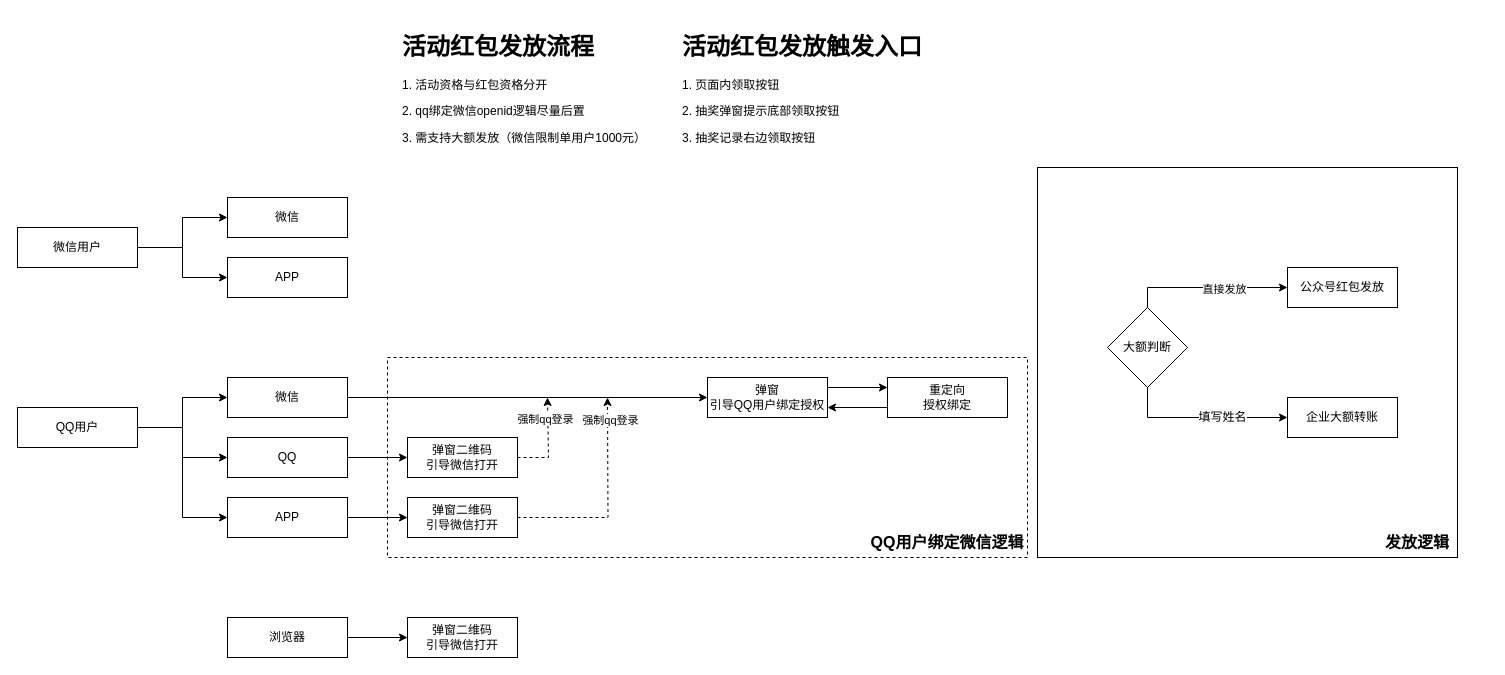
The draw.io diagram 红包返利.drawio in axtrur/resource, before the edit. Source tidied: cells renumbered, new cells numbered last; positions are measured from the earlier drawing's top-left corner, leaving out a move shared by most shapes. Both pictures are drawn from the tidied source at 100%, with x=0, y=0 at pixel (17, 27).
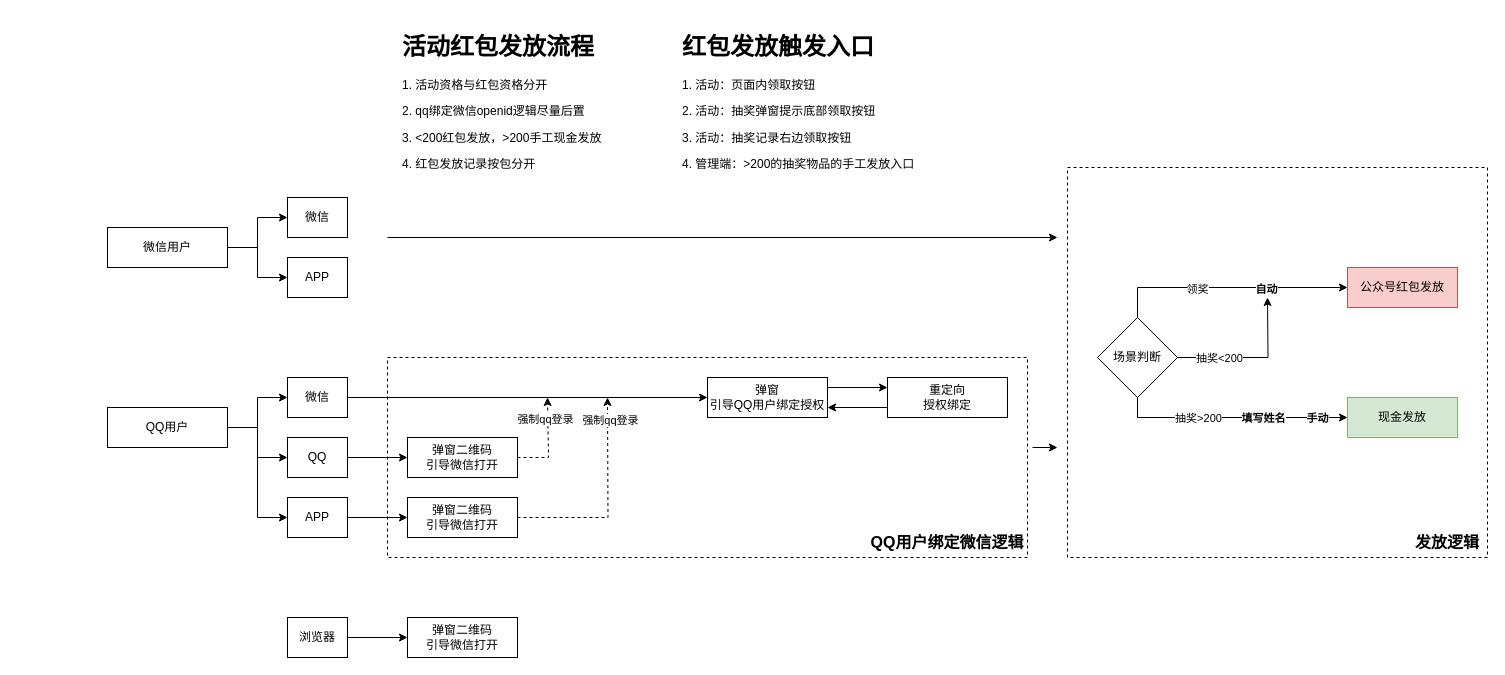
Above is the later version.

Commit message:
更新红包返利.drawio

The change refers to these unchanged cells:
```xml
<mxCell id="3" style="rounded=0;whiteSpace=wrap;html=1;dashed=1;" parent="1" vertex="1">
  <mxGeometry x="370" y="330" width="640" height="200" as="geometry" />
</mxCell>
<mxCell id="37" style="edgeStyle=orthogonalEdgeStyle;rounded=0;jettySize=auto;html=1;exitX=0.5;exitY=0;exitDx=0;exitDy=0;entryX=0;entryY=0.5;entryDx=0;entryDy=0;" parent="1" edge="1" source="41" target="35">
  <mxGeometry relative="1" as="geometry" />
</mxCell>
<mxCell id="39" style="edgeStyle=orthogonalEdgeStyle;rounded=0;jettySize=auto;html=1;exitX=0.5;exitY=1;exitDx=0;exitDy=0;entryX=0;entryY=0.5;entryDx=0;entryDy=0;" parent="1" edge="1" source="41" target="36">
  <mxGeometry relative="1" as="geometry" />
</mxCell>
```

Diff of the diagram source:
```diff
@@
-    <mxCell id="2" style="rounded=0;whiteSpace=wrap;html=1;" parent="1" vertex="1">
-      <mxGeometry x="1020" y="140" width="420" height="390" as="geometry" />
+    <mxCell id="2" style="rounded=0;whiteSpace=wrap;html=1;dashed=1;" parent="1" vertex="1">
+      <mxGeometry x="1050" y="140" width="420" height="390" as="geometry" />
     </mxCell>
@@
     <mxCell id="6" value="微信用户" style="rounded=0;whiteSpace=wrap;html=1;" parent="1" vertex="1">
-      <mxGeometry y="200" width="120" height="40" as="geometry" />
+      <mxGeometry x="90" y="200" width="120" height="40" as="geometry" />
     </mxCell>
@@
     <mxCell id="10" value="QQ用户" style="rounded=0;whiteSpace=wrap;html=1;" parent="1" vertex="1">
-      <mxGeometry y="380" width="120" height="40" as="geometry" />
+      <mxGeometry x="90" y="380" width="120" height="40" as="geometry" />
     </mxCell>
@@
-    <mxCell id="12" value="浏览器" style="rounded=0;whiteSpace=wrap;html=1;" parent="1" vertex="1">
-      <mxGeometry x="210" y="590" width="120" height="40" as="geometry" />
-    </mxCell>
-    <mxCell id="13" value="微信" style="rounded=0;whiteSpace=wrap;html=1;" parent="1" vertex="1">
-      <mxGeometry x="210" y="170" width="120" height="40" as="geometry" />
-    </mxCell>
-    <mxCell id="14" value="APP" style="rounded=0;whiteSpace=wrap;html=1;" parent="1" vertex="1">
-      <mxGeometry x="210" y="230" width="120" height="40" as="geometry" />
-    </mxCell>
@@
-    <mxCell id="16" value="微信" style="rounded=0;whiteSpace=wrap;html=1;" parent="1" vertex="1">
-      <mxGeometry x="210" y="350" width="120" height="40" as="geometry" />
-    </mxCell>
@@
-    <mxCell id="18" value="APP" style="rounded=0;whiteSpace=wrap;html=1;" parent="1" vertex="1">
-      <mxGeometry x="210" y="470" width="120" height="40" as="geometry" />
-    </mxCell>
@@
-    <mxCell id="20" value="QQ" style="rounded=0;whiteSpace=wrap;html=1;" parent="1" vertex="1">
-      <mxGeometry x="210" y="410" width="120" height="40" as="geometry" />
-    </mxCell>
@@
-    <mxCell id="32" value="&lt;h1&gt;活动红包发放流程&lt;/h1&gt;&lt;p&gt;1. 活动资格与红包资格分开&lt;/p&gt;&lt;p&gt;2. qq绑定微信openid逻辑尽量后置&lt;/p&gt;&lt;p&gt;3. 需支持大额发放（微信限制单用户1000元）&lt;/p&gt;" style="text;html=1;strokeColor=none;fillColor=none;spacing=5;spacingTop=-20;whiteSpace=wrap;overflow=hidden;rounded=0;" parent="1" vertex="1">
-      <mxGeometry x="380" width="260" height="120" as="geometry" />
+    <mxCell id="32" value="&lt;h1&gt;活动红包发放流程&lt;/h1&gt;&lt;p&gt;1. 活动资格与红包资格分开&lt;/p&gt;&lt;p&gt;2. qq绑定微信openid逻辑尽量后置&lt;/p&gt;&lt;p&gt;3. &amp;lt;200红包发放，&amp;gt;200手工现金发放&lt;/p&gt;&lt;p&gt;4. 红包发放记录按包分开&lt;/p&gt;" style="text;html=1;strokeColor=none;fillColor=none;spacing=5;spacingTop=-20;whiteSpace=wrap;overflow=hidden;rounded=0;" parent="1" vertex="1">
+      <mxGeometry x="380" width="260" height="160" as="geometry" />
     </mxCell>
-    <mxCell id="33" value="&lt;h1&gt;活动红包发放触发入口&lt;/h1&gt;&lt;p&gt;1. 页面内领取按钮&lt;/p&gt;&lt;p&gt;2. 抽奖弹窗提示底部领取按钮&lt;/p&gt;&lt;p&gt;3. 抽奖记录右边领取按钮&lt;/p&gt;" style="text;html=1;strokeColor=none;fillColor=none;spacing=5;spacingTop=-20;whiteSpace=wrap;overflow=hidden;rounded=0;" parent="1" vertex="1">
-      <mxGeometry x="660" width="260" height="120" as="geometry" />
+    <mxCell id="33" value="&lt;h1&gt;红包发放触发入口&lt;/h1&gt;&lt;p&gt;1. 活动：页面内领取按钮&lt;/p&gt;&lt;p&gt;2. 活动：抽奖弹窗提示底部领取按钮&lt;/p&gt;&lt;p&gt;3. 活动：抽奖记录右边领取按钮&lt;/p&gt;&lt;p&gt;4. 管理端：&amp;gt;200的抽奖物品的手工发放入口&lt;/p&gt;" style="text;html=1;strokeColor=none;fillColor=none;spacing=5;spacingTop=-20;whiteSpace=wrap;overflow=hidden;rounded=0;" parent="1" vertex="1">
+      <mxGeometry x="660" width="260" height="160" as="geometry" />
     </mxCell>
@@
-    <mxCell id="35" value="公众号红包发放" style="rounded=0;whiteSpace=wrap;html=1;" parent="1" vertex="1">
-      <mxGeometry x="1270" y="240" width="110" height="40" as="geometry" />
+    <mxCell id="35" value="公众号红包发放" style="rounded=0;whiteSpace=wrap;html=1;fillColor=#f8cecc;strokeColor=#b85450;" parent="1" vertex="1">
+      <mxGeometry x="1330" y="240" width="110" height="40" as="geometry" />
     </mxCell>
-    <mxCell id="36" value="企业大额转账" style="rounded=0;whiteSpace=wrap;html=1;" parent="1" vertex="1">
-      <mxGeometry x="1270" y="370" width="110" height="40" as="geometry" />
+    <mxCell id="36" value="现金发放" style="rounded=0;whiteSpace=wrap;html=1;fillColor=#d5e8d4;strokeColor=#82b366;" parent="1" vertex="1">
+      <mxGeometry x="1330" y="370" width="110" height="40" as="geometry" />
     </mxCell>
@@
-    <mxCell id="38" value="直接发放" style="edgeLabel;html=1;align=center;verticalAlign=middle;" parent="37" vertex="1">
-      <mxGeometry x="0.2" y="-1" relative="1" as="geometry" />
+    <mxCell id="38" value="自动" style="edgeLabel;html=1;align=center;verticalAlign=middle;fontStyle=1;" parent="37" vertex="1">
+      <mxGeometry x="0.2" y="-1" relative="1" as="geometry">
+        <mxPoint x="14" as="offset" />
+      </mxGeometry>
     </mxCell>
+    <mxCell id="43" value="领奖" style="edgeLabel;html=1;align=center;verticalAlign=middle;" parent="37" vertex="1">
+      <mxGeometry x="-0.41" y="-1" relative="1" as="geometry">
+        <mxPoint x="18" as="offset" />
+      </mxGeometry>
+    </mxCell>
@@
-    <mxCell id="40" value="&lt;span style=&quot;font-size: 12px; background-color: rgb(251, 251, 251);&quot;&gt;填写姓名&lt;/span&gt;" style="edgeLabel;html=1;align=center;verticalAlign=middle;" parent="39" vertex="1">
+    <mxCell id="40" value="&lt;span style=&quot;font-size: 11px; background-color: rgb(251, 251, 251);&quot;&gt;填写姓名&lt;/span&gt;" style="edgeLabel;html=1;align=center;verticalAlign=middle;fontSize=11;fontStyle=1;" parent="39" vertex="1">
       <mxGeometry x="0.11" y="2" relative="1" as="geometry">
-        <mxPoint x="10" y="1" as="offset" />
+        <mxPoint x="17" y="2" as="offset" />
       </mxGeometry>
     </mxCell>
+    <mxCell id="44" value="抽奖&amp;gt;200" style="edgeLabel;html=1;align=center;verticalAlign=middle;" parent="39" vertex="1">
+      <mxGeometry x="-0.58" y="-2" relative="1" as="geometry">
+        <mxPoint x="32" y="-2" as="offset" />
+      </mxGeometry>
+    </mxCell>
+    <mxCell id="45" value="手动" style="edgeLabel;html=1;align=center;verticalAlign=middle;fontStyle=1;" parent="39" vertex="1">
+      <mxGeometry x="0.73" y="-2" relative="1" as="geometry">
+        <mxPoint y="-2" as="offset" />
+      </mxGeometry>
+    </mxCell>
+    <mxCell id="46" style="edgeStyle=orthogonalEdgeStyle;rounded=0;jettySize=auto;html=1;exitX=1;exitY=0.5;exitDx=0;exitDy=0;" parent="1" edge="1" source="41">
+      <mxGeometry relative="1" as="geometry">
+        <mxPoint x="1250" y="270" as="targetPoint" />
+      </mxGeometry>
+    </mxCell>
+    <mxCell id="47" value="抽奖&amp;lt;200" style="edgeLabel;html=1;align=center;verticalAlign=middle;" parent="46" vertex="1">
+      <mxGeometry x="-0.46" y="4" relative="1" as="geometry">
+        <mxPoint y="4" as="offset" />
+      </mxGeometry>
+    </mxCell>
-    <mxCell id="41" value="大额判断" style="rhombus;whiteSpace=wrap;html=1;" parent="1" vertex="1">
-      <mxGeometry x="1090" y="280" width="80" height="80" as="geometry" />
+    <mxCell id="41" value="场景判断" style="rhombus;whiteSpace=wrap;html=1;" parent="1" vertex="1">
+      <mxGeometry x="1080" y="290" width="80" height="80" as="geometry" />
     </mxCell>
     <mxCell id="42" value="发放逻辑" style="text;html=1;strokeColor=none;fillColor=none;align=center;verticalAlign=middle;whiteSpace=wrap;rounded=0;fontSize=16;fontStyle=1;" parent="1" vertex="1">
-      <mxGeometry x="1360" y="500" width="80" height="30" as="geometry" />
+      <mxGeometry x="1390" y="500" width="80" height="30" as="geometry" />
     </mxCell>
+    <mxCell id="48" style="endArrow=classic;html=1;rounded=0;" parent="1" edge="1">
+      <mxGeometry relative="1" as="geometry">
+        <mxPoint x="370" y="210" as="sourcePoint" />
+        <mxPoint x="1040" y="210" as="targetPoint" />
+      </mxGeometry>
+    </mxCell>
+    <mxCell id="49" style="endArrow=classic;html=1;rounded=0;exitX=1.008;exitY=0.45;exitDx=0;exitDy=0;exitPerimeter=0;" parent="1" edge="1" source="3">
+      <mxGeometry relative="1" as="geometry">
+        <mxPoint x="1040" y="420" as="targetPoint" />
+      </mxGeometry>
+    </mxCell>
+    <mxCell id="50" style="group;" parent="1" vertex="1">
+      <mxGeometry x="270" y="170" width="60" height="460" as="geometry" />
+    </mxCell>
+    <mxCell id="12" value="浏览器" style="rounded=0;whiteSpace=wrap;html=1;" parent="50" vertex="1">
+      <mxGeometry y="420" width="60" height="40" as="geometry" />
+    </mxCell>
+    <mxCell id="13" value="微信" style="rounded=0;whiteSpace=wrap;html=1;" parent="50" vertex="1">
+      <mxGeometry width="60" height="40" as="geometry" />
+    </mxCell>
+    <mxCell id="14" value="APP" style="rounded=0;whiteSpace=wrap;html=1;" parent="50" vertex="1">
+      <mxGeometry y="60" width="60" height="40" as="geometry" />
+    </mxCell>
+    <mxCell id="16" value="微信" style="rounded=0;whiteSpace=wrap;html=1;" parent="50" vertex="1">
+      <mxGeometry y="180" width="60" height="40" as="geometry" />
+    </mxCell>
+    <mxCell id="18" value="APP" style="rounded=0;whiteSpace=wrap;html=1;" parent="50" vertex="1">
+      <mxGeometry y="300" width="60" height="40" as="geometry" />
+    </mxCell>
+    <mxCell id="20" value="QQ" style="rounded=0;whiteSpace=wrap;html=1;" parent="50" vertex="1">
+      <mxGeometry y="240" width="60" height="40" as="geometry" />
+    </mxCell>
```
